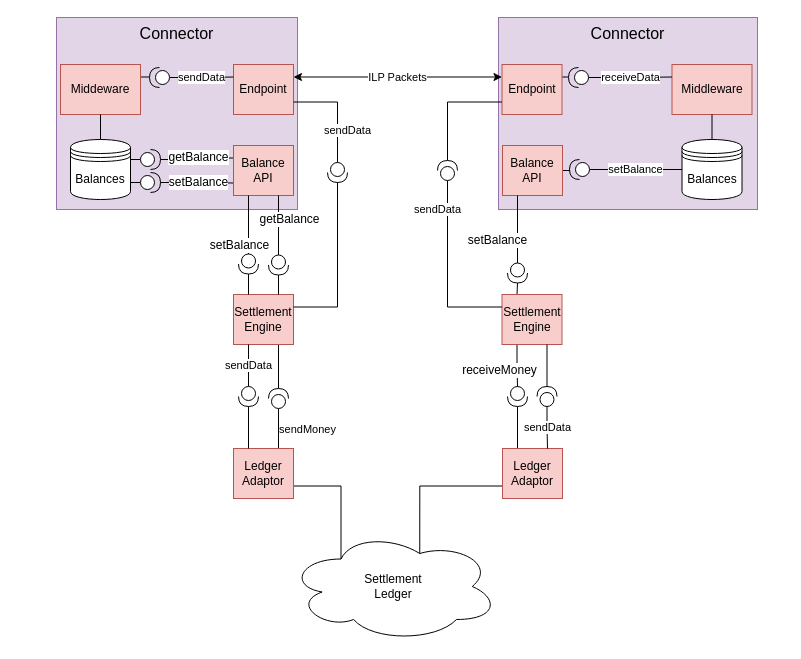
Earlier version of the draw.io diagram page "External Settlement Engine" (3 of 4) of settlement.drawio (adrianhopebailie/ilp). Source tidied: cells renumbered, new cells numbered last; positions are measured from the earlier drawing's top-left corner, leaving out a move shared by most shapes. Both pictures are drawn from the tidied source at 100%, with x=0, y=0 at pixel (56, 17).
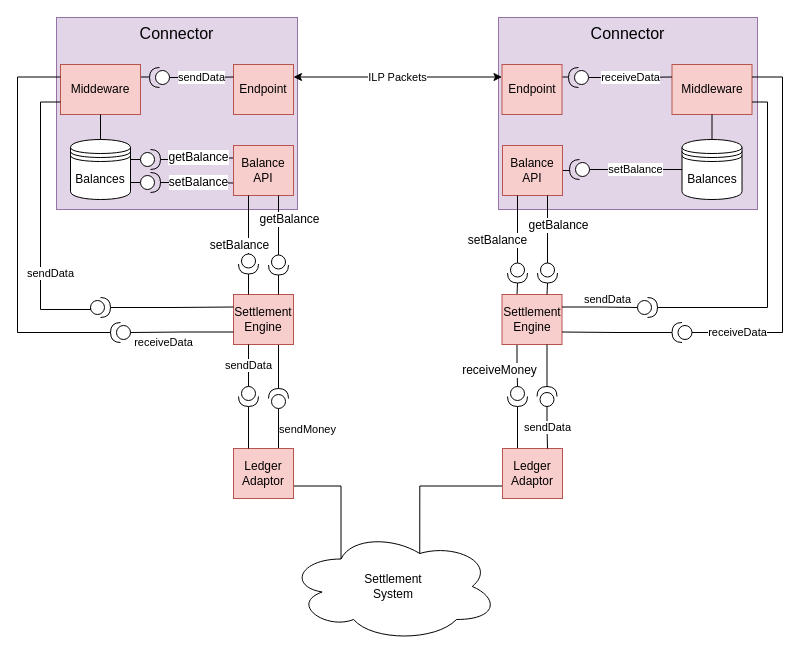
The same diagram, later.

The change refers to these unchanged cells:
```xml
<mxCell id="6" value="Endpoint" style="rounded=0;whiteSpace=wrap;html=1;fillColor=#f8cecc;strokeColor=#b85450;" parent="1" vertex="1">
  <mxGeometry x="177" y="47" width="60" height="50" as="geometry" />
</mxCell>
<mxCell id="14" value="Middeware" style="rounded=0;whiteSpace=wrap;html=1;fillColor=#f8cecc;strokeColor=#b85450;" parent="1" vertex="1">
  <mxGeometry x="4" y="47" width="80" height="50" as="geometry" />
</mxCell>
<mxCell id="17" value="Endpoint" style="rounded=0;whiteSpace=wrap;html=1;fillColor=#f8cecc;strokeColor=#b85450;" parent="1" vertex="1">
  <mxGeometry x="445.5" y="47" width="60" height="50" as="geometry" />
</mxCell>
<mxCell id="22" value="Middleware" style="rounded=0;whiteSpace=wrap;html=1;fillColor=#f8cecc;strokeColor=#b85450;" parent="1" vertex="1">
  <mxGeometry x="615.5" y="47" width="80" height="50" as="geometry" />
</mxCell>
<mxCell id="29" value="Settlement Engine" style="rounded=0;whiteSpace=wrap;html=1;fillColor=#f8cecc;strokeColor=#b85450;" parent="1" vertex="1">
  <mxGeometry x="177" y="277" width="60" height="50" as="geometry" />
</mxCell>
<mxCell id="31" value="Settlement Engine" style="rounded=0;whiteSpace=wrap;html=1;fillColor=#f8cecc;strokeColor=#b85450;" parent="1" vertex="1">
  <mxGeometry x="445.5" y="277" width="60" height="50" as="geometry" />
</mxCell>
<mxCell id="46" value="Balance API" style="rounded=0;whiteSpace=wrap;html=1;fillColor=#f8cecc;strokeColor=#b85450;" parent="1" vertex="1">
  <mxGeometry x="446" y="128" width="60" height="50" as="geometry" />
</mxCell>
```

Diff of the diagram source:
```diff
@@
-    <mxCell id="4" value="Settlement&lt;br&gt;Ledger" style="ellipse;shape=cloud;whiteSpace=wrap;html=1;" parent="1" vertex="1">
+    <mxCell id="4" value="Settlement&lt;br&gt;System" style="ellipse;shape=cloud;whiteSpace=wrap;html=1;" parent="1" vertex="1">
       <mxGeometry x="232" y="514" width="210" height="110" as="geometry" />
     </mxCell>
@@
-    <mxCell id="61" style="edgeStyle=orthogonalEdgeStyle;rounded=0;jettySize=auto;html=1;exitX=1;exitY=0.5;exitDx=0;exitDy=0;exitPerimeter=0;entryX=1;entryY=0.25;entryDx=0;entryDy=0;endArrow=none;endFill=0;" parent="1" edge="1" source="62" target="29">
+    <mxCell id="61" style="edgeStyle=orthogonalEdgeStyle;rounded=0;jettySize=auto;html=1;exitX=1;exitY=0.5;exitDx=0;exitDy=0;exitPerimeter=0;entryX=0;entryY=0.25;entryDx=0;entryDy=0;endArrow=none;endFill=0;" parent="1" edge="1" source="62" target="29">
       <mxGeometry relative="1" as="geometry" />
     </mxCell>
-    <mxCell id="62" style="shape=providedRequiredInterface;html=1;verticalLabelPosition=bottom;align=center;rotation=90;direction=east;" parent="1" vertex="1">
-      <mxGeometry x="271" y="145" width="20" height="20" as="geometry" />
+    <mxCell id="62" style="shape=providedRequiredInterface;html=1;verticalLabelPosition=bottom;align=center;rotation=90;direction=north;" parent="1" vertex="1">
+      <mxGeometry x="34" y="280" width="20" height="20" as="geometry" />
     </mxCell>
-    <mxCell id="63" value="sendData" style="edgeStyle=orthogonalEdgeStyle;rounded=0;jettySize=auto;html=1;exitX=1;exitY=0.75;exitDx=0;exitDy=0;endArrow=none;endFill=0;entryX=0;entryY=0.5;entryDx=0;entryDy=0;entryPerimeter=0;" parent="1" edge="1" source="6" target="62">
-      <mxGeometry x="0.37" y="10" relative="1" as="geometry" />
+    <mxCell id="63" value="sendData" style="edgeStyle=orthogonalEdgeStyle;rounded=0;jettySize=auto;html=1;exitX=0;exitY=0.75;exitDx=0;exitDy=0;endArrow=none;endFill=0;entryX=0;entryY=0.5;entryDx=0;entryDy=0;entryPerimeter=0;" parent="1" edge="1" source="14" target="62">
+      <mxGeometry x="0.37" y="10" relative="1" as="geometry">
+        <Array as="points">
+          <mxPoint x="-16" y="85" />
+          <mxPoint x="-16" y="292" />
+        </Array>
+      </mxGeometry>
     </mxCell>
@@
-    <mxCell id="67" style="edgeStyle=orthogonalEdgeStyle;rounded=0;jettySize=auto;html=1;exitX=1;exitY=0.5;exitDx=0;exitDy=0;exitPerimeter=0;entryX=0;entryY=0.75;entryDx=0;entryDy=0;endArrow=none;endFill=0;" parent="1" edge="1" source="68" target="17">
-      <mxGeometry relative="1" as="geometry" />
+    <mxCell id="67" style="edgeStyle=orthogonalEdgeStyle;rounded=0;jettySize=auto;html=1;exitX=1;exitY=0.5;exitDx=0;exitDy=0;exitPerimeter=0;entryX=1;entryY=0.75;entryDx=0;entryDy=0;endArrow=none;endFill=0;" parent="1" edge="1" source="68" target="22">
+      <mxGeometry relative="1" as="geometry">
+        <Array as="points">
+          <mxPoint x="711" y="290" />
+          <mxPoint x="711" y="85" />
+        </Array>
+      </mxGeometry>
     </mxCell>
-    <mxCell id="68" style="shape=providedRequiredInterface;html=1;verticalLabelPosition=bottom;align=center;rotation=90;direction=west;" parent="1" vertex="1">
-      <mxGeometry x="381" y="143" width="20" height="20" as="geometry" />
+    <mxCell id="68" style="shape=providedRequiredInterface;html=1;verticalLabelPosition=bottom;align=center;rotation=90;direction=north;" parent="1" vertex="1">
+      <mxGeometry x="581" y="280" width="20" height="20" as="geometry" />
     </mxCell>
-    <mxCell id="69" value="sendData" style="edgeStyle=orthogonalEdgeStyle;rounded=0;jettySize=auto;html=1;exitX=0;exitY=0.25;exitDx=0;exitDy=0;endArrow=none;endFill=0;entryX=0;entryY=0.5;entryDx=0;entryDy=0;entryPerimeter=0;" parent="1" edge="1" source="31" target="68">
-      <mxGeometry x="0.68" y="10" relative="1" as="geometry" />
+    <mxCell id="69" value="sendData" style="edgeStyle=orthogonalEdgeStyle;rounded=0;jettySize=auto;html=1;exitX=1;exitY=0.25;exitDx=0;exitDy=0;endArrow=none;endFill=0;entryX=0;entryY=0.5;entryDx=0;entryDy=0;entryPerimeter=0;" parent="1" edge="1" source="31" target="68">
+      <mxGeometry x="0.2" y="8" relative="1" as="geometry" />
     </mxCell>
+    <mxCell id="70" style="edgeStyle=orthogonalEdgeStyle;rounded=0;jettySize=auto;html=1;exitX=1;exitY=0.5;exitDx=0;exitDy=0;exitPerimeter=0;endArrow=none;endFill=0;entryX=0;entryY=0.25;entryDx=0;entryDy=0;" parent="1" edge="1" source="71" target="14">
+      <mxGeometry relative="1" as="geometry">
+        <Array as="points">
+          <mxPoint x="-39" y="315" />
+          <mxPoint x="-39" y="60" />
+        </Array>
+      </mxGeometry>
+    </mxCell>
+    <mxCell id="71" style="shape=providedRequiredInterface;html=1;verticalLabelPosition=bottom;align=center;rotation=90;direction=south;" parent="1" vertex="1">
+      <mxGeometry x="54" y="305" width="20" height="20" as="geometry" />
+    </mxCell>
+    <mxCell id="72" value="receiveData" style="edgeStyle=orthogonalEdgeStyle;rounded=0;jettySize=auto;html=1;exitX=0;exitY=0.75;exitDx=0;exitDy=0;endArrow=none;endFill=0;entryX=0;entryY=0.5;entryDx=0;entryDy=0;entryPerimeter=0;" parent="1" edge="1" source="29" target="71">
+      <mxGeometry x="0.37" y="10" relative="1" as="geometry" />
+    </mxCell>
+    <mxCell id="73" style="edgeStyle=orthogonalEdgeStyle;rounded=0;jettySize=auto;html=1;endArrow=none;endFill=0;entryX=1;entryY=0.75;entryDx=0;entryDy=0;exitX=1;exitY=0.5;exitDx=0;exitDy=0;exitPerimeter=0;" parent="1" edge="1" source="74" target="31">
+      <mxGeometry relative="1" as="geometry" />
+    </mxCell>
+    <mxCell id="74" style="shape=providedRequiredInterface;html=1;verticalLabelPosition=bottom;align=center;rotation=90;direction=south;" parent="1" vertex="1">
+      <mxGeometry x="615.5" y="305" width="20" height="20" as="geometry" />
+    </mxCell>
+    <mxCell id="75" value="receiveData&lt;br&gt;" style="edgeStyle=orthogonalEdgeStyle;rounded=0;jettySize=auto;html=1;endArrow=none;endFill=0;entryX=0;entryY=0.5;entryDx=0;entryDy=0;entryPerimeter=0;exitX=1;exitY=0.25;exitDx=0;exitDy=0;" parent="1" edge="1" source="22" target="74">
+      <mxGeometry x="0.76" relative="1" as="geometry">
+        <Array as="points">
+          <mxPoint x="726" y="60" />
+          <mxPoint x="726" y="315" />
+        </Array>
+      </mxGeometry>
+    </mxCell>
+    <mxCell id="76" style="edgeStyle=orthogonalEdgeStyle;rounded=0;jettySize=auto;html=1;exitX=1;exitY=0.5;exitDx=0;exitDy=0;exitPerimeter=0;endArrow=none;endFill=0;entryX=0.75;entryY=0;entryDx=0;entryDy=0;" parent="1" edge="1" source="79" target="31">
+      <mxGeometry relative="1" as="geometry" />
+    </mxCell>
+    <mxCell id="77" style="edgeStyle=orthogonalEdgeStyle;rounded=0;jettySize=auto;html=1;exitX=0;exitY=0.5;exitDx=0;exitDy=0;exitPerimeter=0;entryX=0.75;entryY=1;entryDx=0;entryDy=0;endArrow=none;endFill=0;" parent="1" edge="1" source="79" target="46">
+      <mxGeometry relative="1" as="geometry" />
+    </mxCell>
+    <mxCell id="78" value="getBalance" style="text;html=1;align=center;verticalAlign=middle;labelBackgroundColor=#ffffff;" parent="77" vertex="1">
+      <mxGeometry x="-0.6" y="-3" relative="1" as="geometry">
+        <mxPoint x="7" y="-24" as="offset" />
+      </mxGeometry>
+    </mxCell>
+    <mxCell id="79" style="shape=providedRequiredInterface;html=1;verticalLabelPosition=bottom;align=center;rotation=-180;direction=north;" parent="1" vertex="1">
+      <mxGeometry x="481" y="245.5" width="20" height="20" as="geometry" />
+    </mxCell>
```
